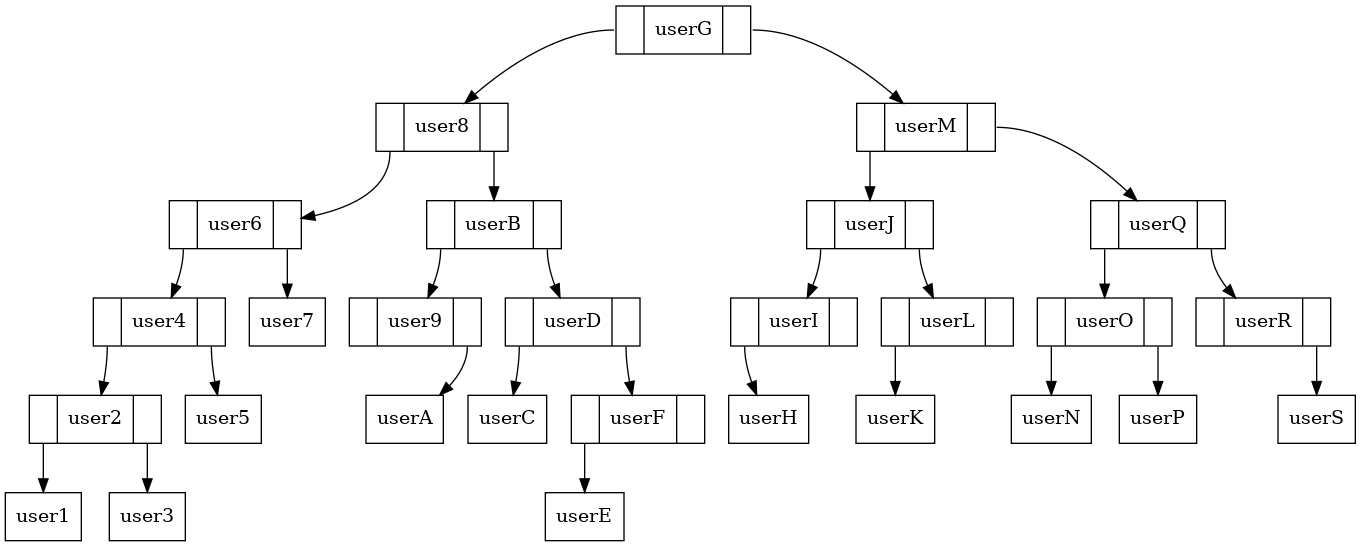
froi0409/GeneradorImagenes keeps this Graphviz diagram as GeneradorFiguras/ArbolUsuarios.png. Above is the earlier version. Its source is kept beside it as GeneradorFiguras/ArbolUsuarios.dot.
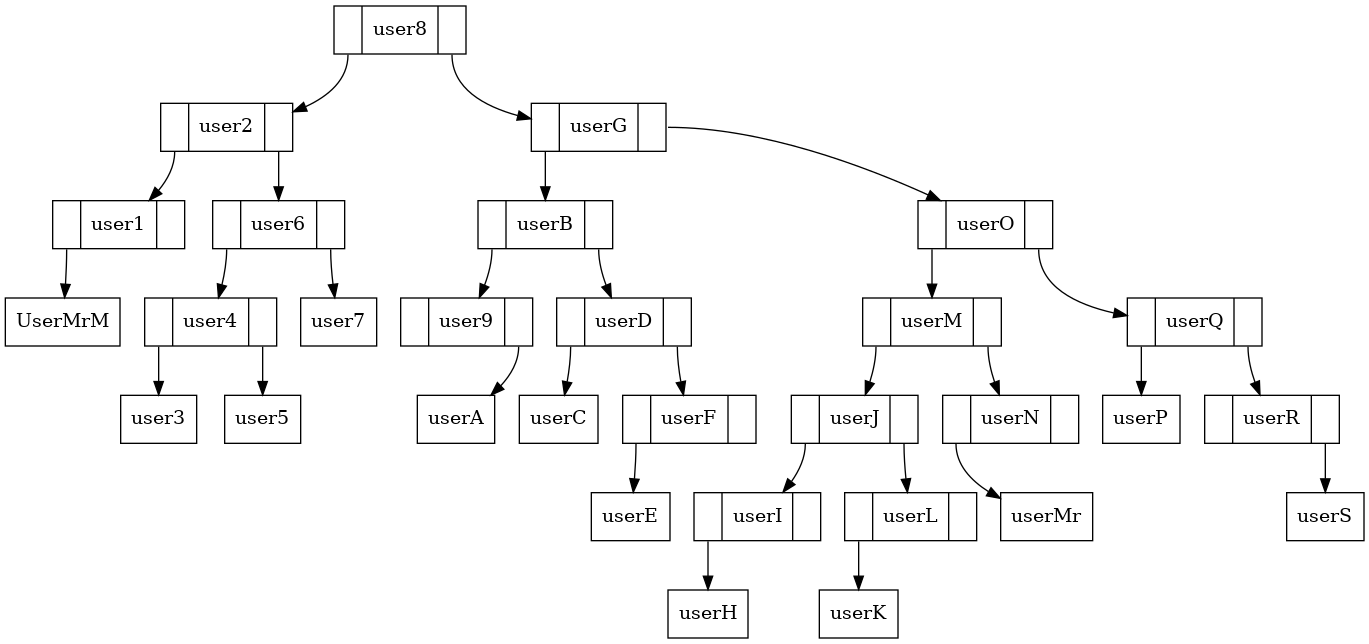
Above is the later version.

Diff of the diagram source:
```diff
@@ -1,22 +1,24 @@
 digraph arbol {
 rankdir=TB
 node [shape = record]
-nodouserG [ label ="<C0>|userG|<C1>"];
 nodouser8 [ label ="<C0>|user8|<C1>"];
+nodouser2 [ label ="<C0>|user2|<C1>"];
+nodouser1 [ label ="<C0>|user1|<C1>"];
+nodoUserMrM [ label ="UserMrM"];
+nodouser1:C0->nodoUserMrM
+nodouser2:C0->nodouser1
 nodouser6 [ label ="<C0>|user6|<C1>"];
 nodouser4 [ label ="<C0>|user4|<C1>"];
-nodouser2 [ label ="<C0>|user2|<C1>"];
-nodouser1 [ label ="user1"];
-nodouser2:C0->nodouser1
 nodouser3 [ label ="user3"];
-nodouser2:C1->nodouser3
-nodouser4:C0->nodouser2
+nodouser4:C0->nodouser3
 nodouser5 [ label ="user5"];
 nodouser4:C1->nodouser5
 nodouser6:C0->nodouser4
 nodouser7 [ label ="user7"];
 nodouser6:C1->nodouser7
-nodouser8:C0->nodouser6
+nodouser2:C1->nodouser6
+nodouser8:C0->nodouser2
+nodouserG [ label ="<C0>|userG|<C1>"];
 nodouserB [ label ="<C0>|userB|<C1>"];
 nodouser9 [ label ="<C0>|user9|<C1>"];
 nodouserA [ label ="userA"];
@@ -30,8 +32,8 @@
 nodouserF:C0->nodouserE
 nodouserD:C1->nodouserF
 nodouserB:C1->nodouserD
-nodouser8:C1->nodouserB
-nodouserG:C0->nodouser8
+nodouserG:C0->nodouserB
+nodouserO [ label ="<C0>|userO|<C1>"];
 nodouserM [ label ="<C0>|userM|<C1>"];
 nodouserJ [ label ="<C0>|userJ|<C1>"];
 nodouserI [ label ="<C0>|userI|<C1>"];
@@ -43,17 +45,19 @@
 nodouserL:C0->nodouserK
 nodouserJ:C1->nodouserL
 nodouserM:C0->nodouserJ
+nodouserN [ label ="<C0>|userN|<C1>"];
+nodouserMr [ label ="userMr"];
+nodouserN:C0->nodouserMr
+nodouserM:C1->nodouserN
+nodouserO:C0->nodouserM
 nodouserQ [ label ="<C0>|userQ|<C1>"];
-nodouserO [ label ="<C0>|userO|<C1>"];
-nodouserN [ label ="userN"];
-nodouserO:C0->nodouserN
 nodouserP [ label ="userP"];
-nodouserO:C1->nodouserP
-nodouserQ:C0->nodouserO
+nodouserQ:C0->nodouserP
 nodouserR [ label ="<C0>|userR|<C1>"];
 nodouserS [ label ="userS"];
 nodouserR:C1->nodouserS
 nodouserQ:C1->nodouserR
-nodouserM:C1->nodouserQ
-nodouserG:C1->nodouserM
+nodouserO:C1->nodouserQ
+nodouserG:C1->nodouserO
+nodouser8:C1->nodouserG
 }
```
